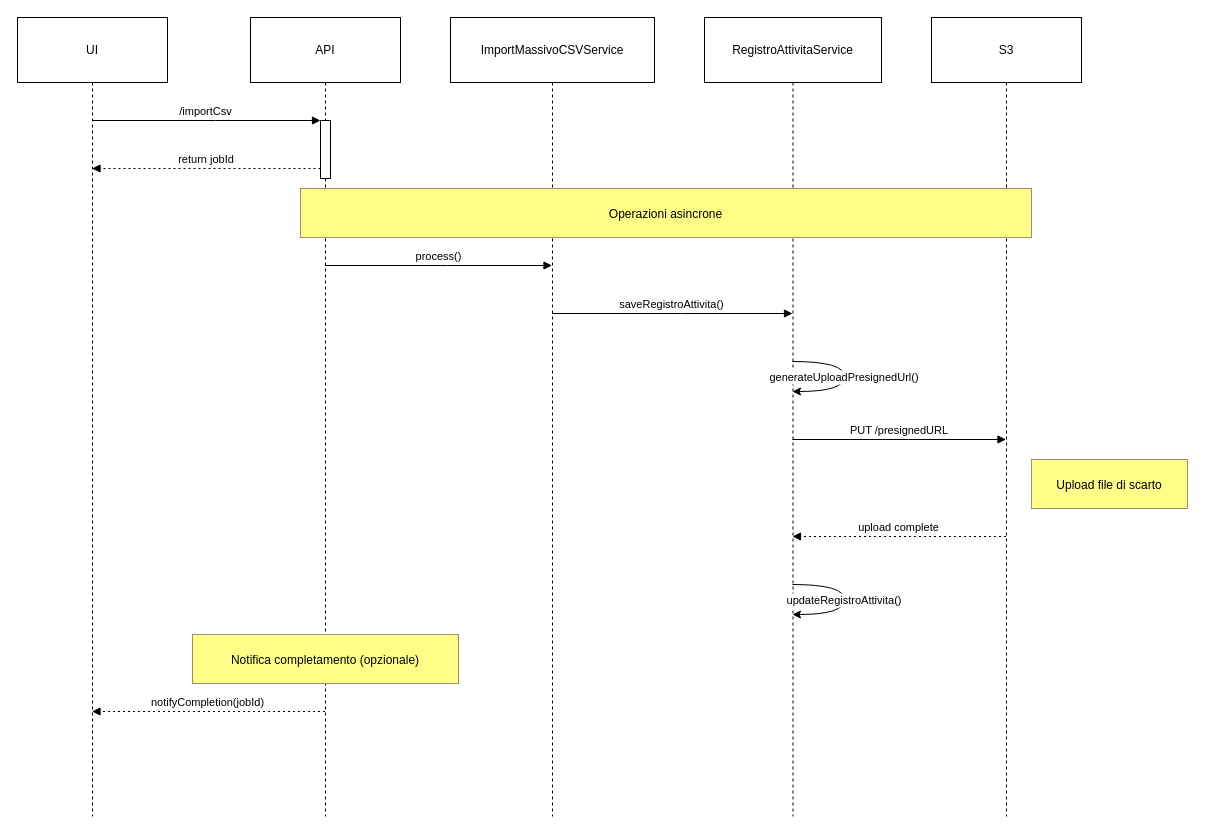
The draw.io diagram new caricamento massivo.drawio in fascox/fascox, before the edit. Source tidied: cells renumbered, new cells numbered last; positions are measured from the earlier drawing's top-left corner, leaving out a move shared by most shapes. Both pictures are drawn from the tidied source at 100%, with x=0, y=0 at pixel (17, 17).
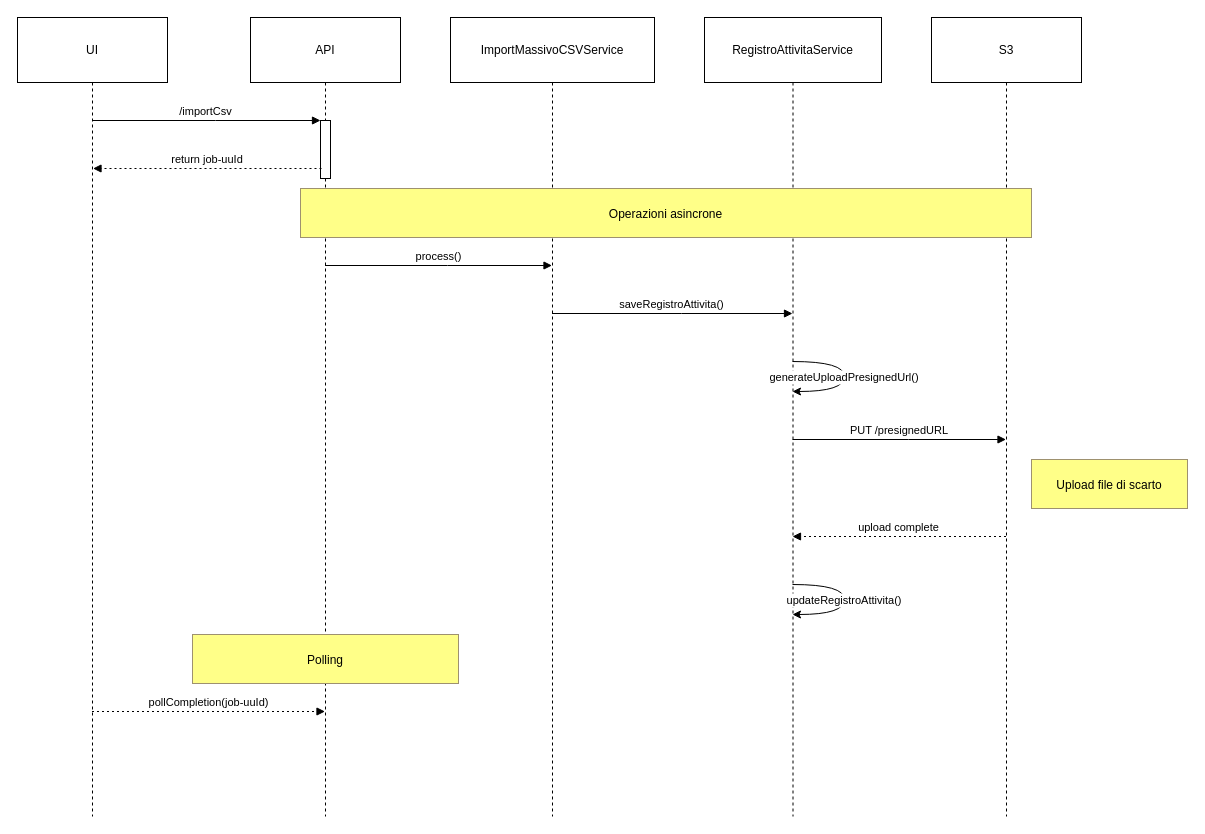
The same diagram, later.

The change refers to these unchanged cells:
```xml
<mxCell id="2" value="UI" style="shape=umlLifeline;perimeter=lifelinePerimeter;whiteSpace=wrap;outlineConnect=0;portConstraint=eastwest;newEdgeStyle={&quot;edgeStyle&quot;:&quot;elbowEdgeStyle&quot;,&quot;elbow&quot;:&quot;vertical&quot;,&quot;curved&quot;:0,&quot;rounded&quot;:0};size=65;" parent="1" vertex="1">
  <mxGeometry width="150" height="799" as="geometry" />
</mxCell>
<mxCell id="3" value="API" style="shape=umlLifeline;perimeter=lifelinePerimeter;whiteSpace=wrap;outlineConnect=0;portConstraint=eastwest;newEdgeStyle={&quot;edgeStyle&quot;:&quot;elbowEdgeStyle&quot;,&quot;elbow&quot;:&quot;vertical&quot;,&quot;curved&quot;:0,&quot;rounded&quot;:0};size=65;" parent="1" vertex="1">
  <mxGeometry x="233" width="150" height="799" as="geometry" />
</mxCell>
<mxCell id="4" style="points=[];perimeter=orthogonalPerimeter;outlineConnect=0;targetShapes=umlLifeline;portConstraint=eastwest;newEdgeStyle={&quot;edgeStyle&quot;:&quot;elbowEdgeStyle&quot;,&quot;elbow&quot;:&quot;vertical&quot;,&quot;curved&quot;:0,&quot;rounded&quot;:0};" parent="3" vertex="1">
  <mxGeometry x="70" y="103" width="10" height="58" as="geometry" />
</mxCell>
```

Diff of the diagram source:
```diff
@@
-    <mxCell id="9" value="return jobId" style="verticalAlign=bottom;endArrow=block;edgeStyle=elbowEdgeStyle;elbow=vertical;curved=0;rounded=0;dashed=1;dashPattern=2 3;" parent="1" edge="1" source="4" target="2">
+    <mxCell id="9" value="return job-uuId" style="verticalAlign=bottom;endArrow=block;edgeStyle=elbowEdgeStyle;elbow=horizontal;curved=0;rounded=0;dashed=1;dashPattern=2 3;" parent="1" edge="1">
       <mxGeometry relative="1" as="geometry">
+        <mxPoint x="304" y="151" as="sourcePoint" />
+        <mxPoint x="75.5" y="151" as="targetPoint" />
         <Array as="points">
-          <mxPoint x="201" y="151" />
+          <mxPoint x="202" y="151" />
         </Array>
       </mxGeometry>
     </mxCell>
@@
-    <mxCell id="16" value="notifyCompletion(jobId)" style="verticalAlign=bottom;endArrow=block;edgeStyle=elbowEdgeStyle;elbow=vertical;curved=0;rounded=0;dashed=1;dashPattern=2 3;" parent="1" edge="1" source="3" target="2">
+    <mxCell id="16" value="pollCompletion(job-uuId)" style="verticalAlign=bottom;endArrow=block;edgeStyle=elbowEdgeStyle;elbow=vertical;curved=0;rounded=0;dashed=1;dashPattern=2 3;" parent="1" edge="1" source="2" target="3">
       <mxGeometry relative="1" as="geometry">
         <Array as="points">
           <mxPoint x="203" y="694" />
         </Array>
       </mxGeometry>
     </mxCell>
@@
-    <mxCell id="19" value="Notifica completamento (opzionale)" style="fillColor=#ffff88;strokeColor=#9E916F;" parent="1" vertex="1">
+    <mxCell id="19" value="Polling" style="fillColor=#ffff88;strokeColor=#9E916F;" parent="1" vertex="1">
       <mxGeometry x="175" y="617" width="266" height="49" as="geometry" />
     </mxCell>
```
